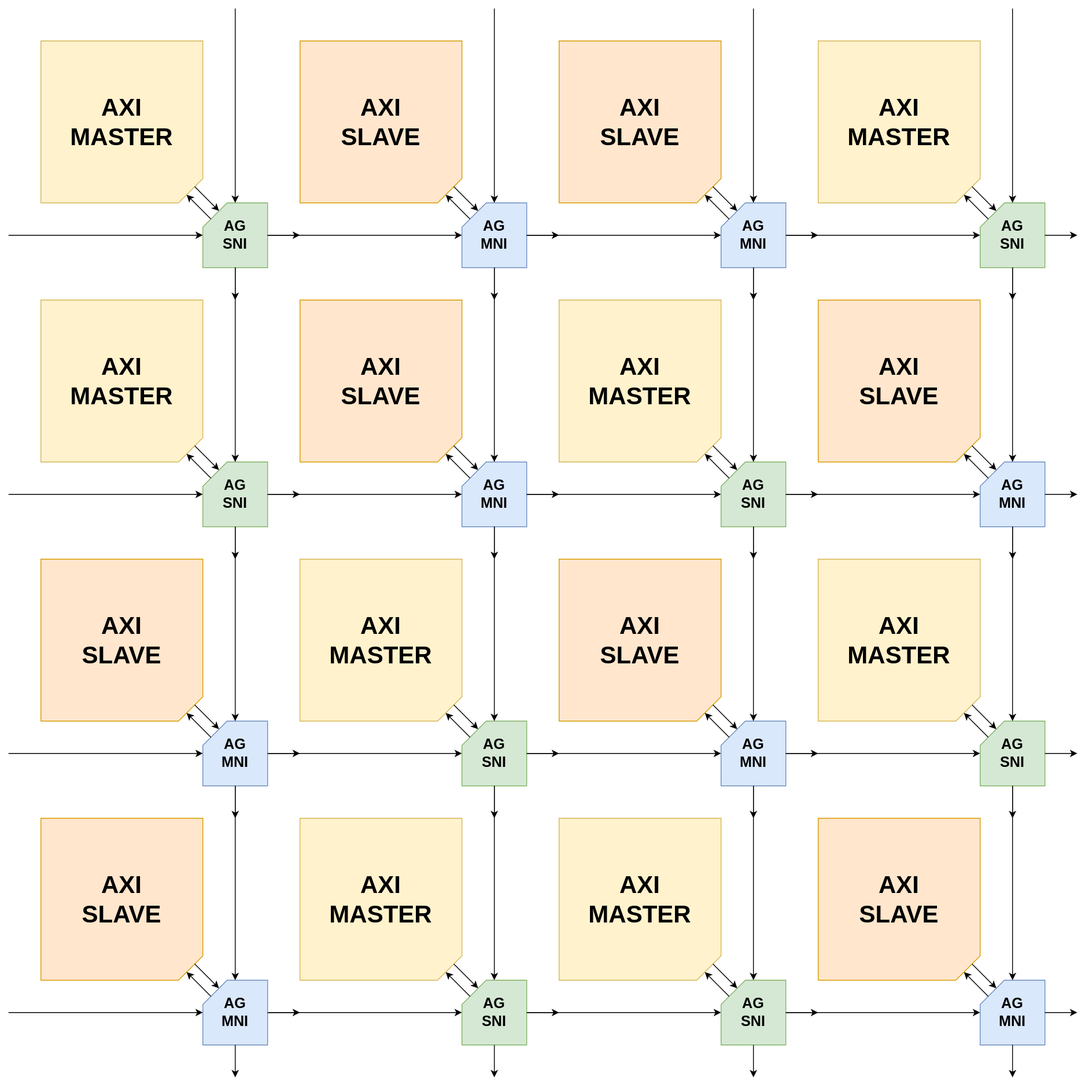
Earlier version of the draw.io export docs/rtl/axi_grid_des.svg (squared-studio/axi). Source tidied: cells renumbered, new cells last; positions are measured from the earlier drawing's top-left corner, leaving out a move shared by most shapes.
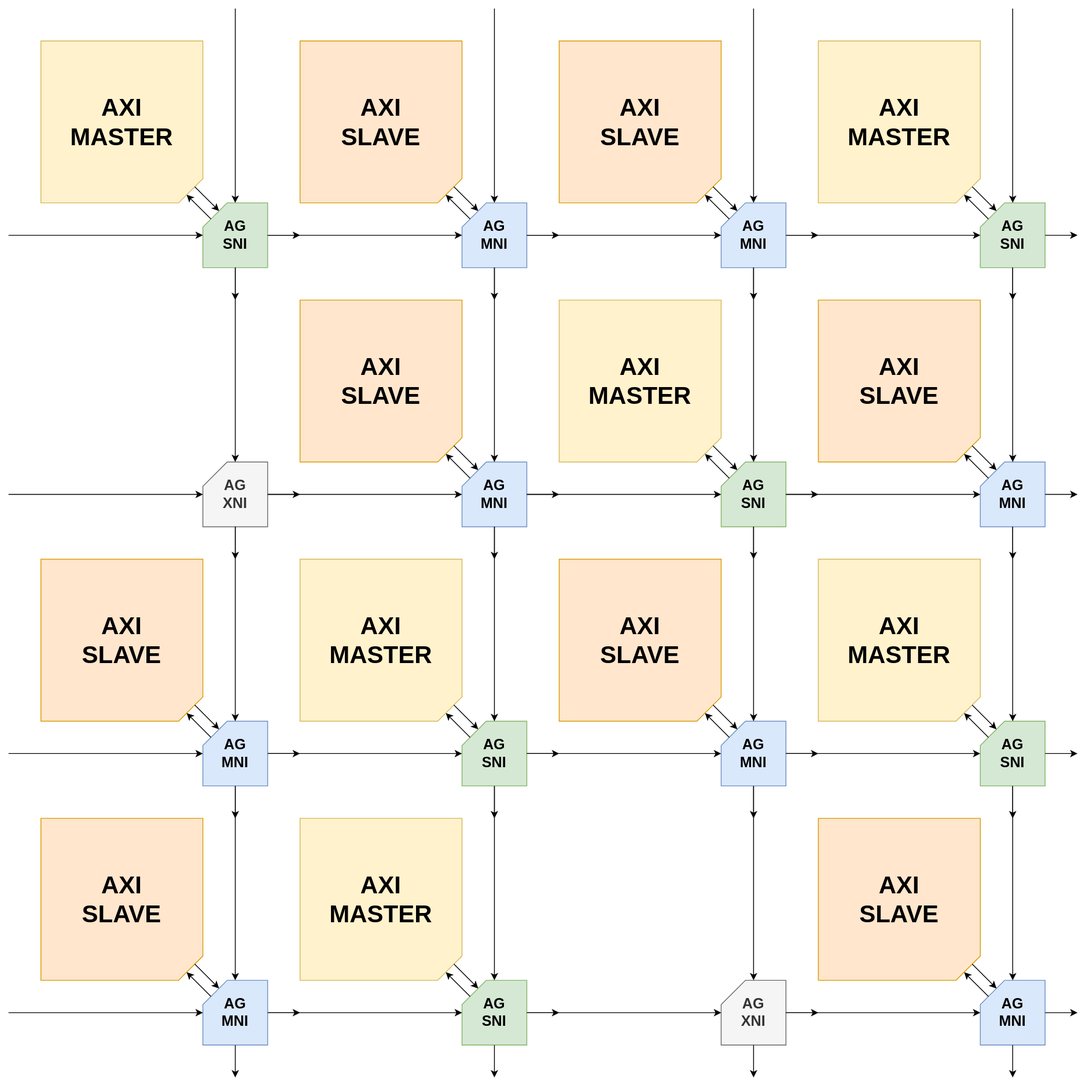
After the change.

What changed in the source:
```diff
@@ -188,12 +188,9 @@
     <mxCell id="39" style="group;" parent="1" vertex="1">
       <mxGeometry x="650" y="970" width="360" height="360" as="geometry" />
     </mxCell>
-    <mxCell id="40" value="AG&lt;div style=&quot;font-size: 18px;&quot;&gt;SNI&lt;/div&gt;" style="shape=card;whiteSpace=wrap;html=1;fillColor=#d5e8d4;strokeColor=#82b366;fontStyle=1;fontSize=18;" parent="39" vertex="1">
+    <mxCell id="40" value="AG&lt;div style=&quot;font-size: 18px;&quot;&gt;XNI&lt;/div&gt;" style="shape=card;whiteSpace=wrap;html=1;fillColor=#f5f5f5;strokeColor=#666666;fontStyle=1;fontSize=18;fontColor=#333333;" parent="39" vertex="1">
       <mxGeometry x="240" y="240" width="80" height="80" as="geometry" />
     </mxCell>
-    <mxCell id="41" value="AXI&lt;div&gt;MASTER&lt;/div&gt;" style="shape=card;whiteSpace=wrap;html=1;direction=west;fontStyle=1;fontSize=30;fillColor=#fff2cc;strokeColor=#d6b656;" parent="39" vertex="1">
-      <mxGeometry x="40" y="40" width="200" height="200" as="geometry" />
-    </mxCell>
     <mxCell id="42" style="endArrow=classic;html=1;rounded=0;" parent="39" edge="1">
       <mxGeometry relative="1" as="geometry">
         <mxPoint y="280" as="sourcePoint" />
@@ -218,18 +215,6 @@
         <mxPoint x="280" y="240" as="targetPoint" />
       </mxGeometry>
     </mxCell>
-    <mxCell id="46" style="edgeStyle=none;orthogonalLoop=1;jettySize=auto;html=1;rounded=0;" parent="39" edge="1">
-      <mxGeometry relative="1" as="geometry">
-        <mxPoint x="230" y="220" as="sourcePoint" />
-        <mxPoint x="260" y="250" as="targetPoint" />
-      </mxGeometry>
-    </mxCell>
-    <mxCell id="47" style="edgeStyle=none;orthogonalLoop=1;jettySize=auto;html=1;rounded=0;" parent="39" edge="1">
-      <mxGeometry relative="1" as="geometry">
-        <mxPoint x="250" y="260" as="sourcePoint" />
-        <mxPoint x="220" y="230" as="targetPoint" />
-      </mxGeometry>
-    </mxCell>
     <mxCell id="48" style="group;" parent="1" vertex="1">
       <mxGeometry x="970" y="970" width="360" height="360" as="geometry" />
     </mxCell>
@@ -368,12 +353,9 @@
     <mxCell id="75" style="group;" parent="1" vertex="1">
       <mxGeometry x="10" y="330" width="360" height="360" as="geometry" />
     </mxCell>
-    <mxCell id="76" value="AG&lt;div style=&quot;font-size: 18px;&quot;&gt;SNI&lt;/div&gt;" style="shape=card;whiteSpace=wrap;html=1;fillColor=#d5e8d4;strokeColor=#82b366;fontStyle=1;fontSize=18;" parent="75" vertex="1">
+    <mxCell id="76" value="AG&lt;div style=&quot;font-size: 18px;&quot;&gt;XNI&lt;/div&gt;" style="shape=card;whiteSpace=wrap;html=1;fillColor=#f5f5f5;strokeColor=#666666;fontStyle=1;fontSize=18;fontColor=#333333;" parent="75" vertex="1">
       <mxGeometry x="240" y="240" width="80" height="80" as="geometry" />
     </mxCell>
-    <mxCell id="77" value="AXI&lt;div&gt;MASTER&lt;/div&gt;" style="shape=card;whiteSpace=wrap;html=1;direction=west;fontStyle=1;fontSize=30;fillColor=#fff2cc;strokeColor=#d6b656;" parent="75" vertex="1">
-      <mxGeometry x="40" y="40" width="200" height="200" as="geometry" />
-    </mxCell>
     <mxCell id="78" style="endArrow=classic;html=1;rounded=0;" parent="75" edge="1">
       <mxGeometry relative="1" as="geometry">
         <mxPoint y="280" as="sourcePoint" />
@@ -398,18 +380,6 @@
         <mxPoint x="280" y="240" as="targetPoint" />
       </mxGeometry>
     </mxCell>
-    <mxCell id="82" style="edgeStyle=none;orthogonalLoop=1;jettySize=auto;html=1;rounded=0;" parent="75" edge="1">
-      <mxGeometry relative="1" as="geometry">
-        <mxPoint x="230" y="220" as="sourcePoint" />
-        <mxPoint x="260" y="250" as="targetPoint" />
-      </mxGeometry>
-    </mxCell>
-    <mxCell id="83" style="edgeStyle=none;orthogonalLoop=1;jettySize=auto;html=1;rounded=0;" parent="75" edge="1">
-      <mxGeometry relative="1" as="geometry">
-        <mxPoint x="250" y="260" as="sourcePoint" />
-        <mxPoint x="220" y="230" as="targetPoint" />
-      </mxGeometry>
-    </mxCell>
     <mxCell id="84" style="group;" parent="1" vertex="1">
       <mxGeometry x="330" y="330" width="360" height="360" as="geometry" />
     </mxCell>
```
